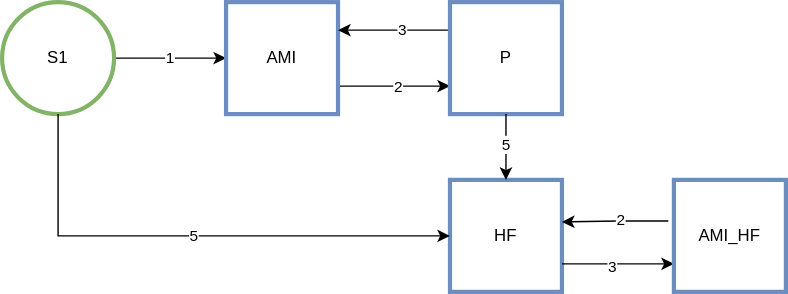
Before: docs/source/gbd2019_models/causes/ihd/cause_model_ami_and_hf.svg, a diagram exported from draw.io (ihmeuw/vivarium_research). Source tidied: cells renumbered, new cells last; positions are measured from the earlier drawing's top-left corner, leaving out a move shared by most shapes. Its diagram source:
```xml
<mxGraphModel>
  <root>
    <mxCell id="0" />
    <mxCell id="1" parent="0" />
    <mxCell id="2" value="1" style="edgeStyle=orthogonalEdgeStyle;rounded=0;jettySize=auto;html=1;exitX=1;exitY=0.5;exitDx=0;exitDy=0;entryX=0;entryY=0.5;entryDx=0;entryDy=0;" parent="1" edge="1" source="3" target="6">
      <mxGeometry relative="1" as="geometry" />
    </mxCell>
    <mxCell id="3" value="S1" style="ellipse;whiteSpace=wrap;html=1;strokeColor=#82b366;fillColor=none;strokeWidth=3;" parent="1" vertex="1">
      <mxGeometry width="80" height="80" as="geometry" />
    </mxCell>
    <mxCell id="4" style="edgeStyle=orthogonalEdgeStyle;rounded=0;jettySize=auto;html=1;exitX=1;exitY=0.75;exitDx=0;exitDy=0;entryX=0;entryY=0.75;entryDx=0;entryDy=0;" parent="1" edge="1" source="6" target="9">
      <mxGeometry relative="1" as="geometry" />
    </mxCell>
    <mxCell id="5" value="2" style="edgeLabel;html=1;align=center;verticalAlign=middle;" parent="4" vertex="1">
      <mxGeometry x="0.05" relative="1" as="geometry" />
    </mxCell>
    <mxCell id="6" value="AMI" style="whiteSpace=wrap;html=1;strokeColor=#6c8ebf;fillColor=none;strokeWidth=3;" parent="1" vertex="1">
      <mxGeometry x="160" width="80" height="80" as="geometry" />
    </mxCell>
    <mxCell id="7" style="edgeStyle=orthogonalEdgeStyle;rounded=0;jettySize=auto;html=1;exitX=0;exitY=0.25;exitDx=0;exitDy=0;entryX=1;entryY=0.25;entryDx=0;entryDy=0;" parent="1" edge="1" source="9" target="6">
      <mxGeometry relative="1" as="geometry" />
    </mxCell>
    <mxCell id="8" value="3" style="edgeLabel;html=1;align=center;verticalAlign=middle;" parent="7" vertex="1">
      <mxGeometry x="-0.12" y="-1" relative="1" as="geometry" />
    </mxCell>
    <mxCell id="9" value="&lt;div&gt;P&lt;/div&gt;" style="whiteSpace=wrap;html=1;strokeColor=#6c8ebf;fillColor=none;strokeWidth=3;" parent="1" vertex="1">
      <mxGeometry x="320" width="80" height="80" as="geometry" />
    </mxCell>
    <mxCell id="10" value="&lt;div&gt;HF&lt;/div&gt;" style="whiteSpace=wrap;html=1;strokeColor=#6c8ebf;fillColor=none;strokeWidth=3;" parent="1" vertex="1">
      <mxGeometry x="320" y="127" width="80" height="80" as="geometry" />
    </mxCell>
    <mxCell id="11" value="5" style="edgeStyle=orthogonalEdgeStyle;rounded=0;jettySize=auto;html=1;exitX=0.5;exitY=1;exitDx=0;exitDy=0;entryX=0;entryY=0.5;entryDx=0;entryDy=0;" parent="1" edge="1" source="3" target="10">
      <mxGeometry relative="1" as="geometry" />
    </mxCell>
    <mxCell id="12" style="edgeStyle=orthogonalEdgeStyle;rounded=0;jettySize=auto;html=1;exitX=1;exitY=0.75;exitDx=0;exitDy=0;entryX=0;entryY=0.75;entryDx=0;entryDy=0;" parent="1" edge="1" source="10" target="16">
      <mxGeometry relative="1" as="geometry" />
    </mxCell>
    <mxCell id="13" value="3" style="edgeLabel;html=1;align=center;verticalAlign=middle;" parent="12" vertex="1">
      <mxGeometry x="-0.12" y="-1" relative="1" as="geometry" />
    </mxCell>
    <mxCell id="14" style="edgeStyle=orthogonalEdgeStyle;rounded=0;jettySize=auto;html=1;exitX=-0.05;exitY=0.367;exitDx=0;exitDy=0;exitPerimeter=0;" parent="1" edge="1" source="16">
      <mxGeometry relative="1" as="geometry">
        <mxPoint x="400" y="157" as="targetPoint" />
      </mxGeometry>
    </mxCell>
    <mxCell id="15" value="2" style="edgeLabel;html=1;align=center;verticalAlign=middle;" parent="14" vertex="1">
      <mxGeometry x="-0.12" y="-1" relative="1" as="geometry" />
    </mxCell>
    <mxCell id="16" value="AMI_HF" style="whiteSpace=wrap;html=1;strokeColor=#6c8ebf;fillColor=none;strokeWidth=3;" parent="1" vertex="1">
      <mxGeometry x="480" y="127" width="80" height="80" as="geometry" />
    </mxCell>
    <mxCell id="17" style="edgeStyle=orthogonalEdgeStyle;rounded=0;jettySize=auto;html=1;exitX=0.5;exitY=1;exitDx=0;exitDy=0;entryX=0.5;entryY=0;entryDx=0;entryDy=0;" parent="1" edge="1" source="9" target="10">
      <mxGeometry relative="1" as="geometry" />
    </mxCell>
    <mxCell id="18" value="5" style="edgeLabel;html=1;align=center;verticalAlign=middle;" parent="17" vertex="1">
      <mxGeometry x="-0.12" y="-1" relative="1" as="geometry" />
    </mxCell>
  </root>
</mxGraphModel>
```
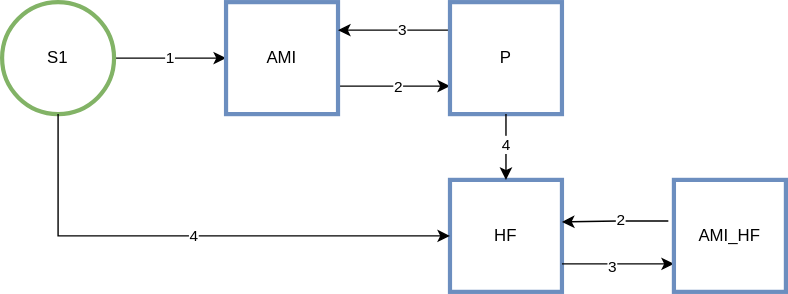
The same file after the commit.

Change to the diagram source:
```diff
@@ -29,7 +29,7 @@
     <mxCell id="10" value="&lt;div&gt;HF&lt;/div&gt;" style="whiteSpace=wrap;html=1;strokeColor=#6c8ebf;fillColor=none;strokeWidth=3;" parent="1" vertex="1">
       <mxGeometry x="320" y="127" width="80" height="80" as="geometry" />
     </mxCell>
-    <mxCell id="11" value="5" style="edgeStyle=orthogonalEdgeStyle;rounded=0;jettySize=auto;html=1;exitX=0.5;exitY=1;exitDx=0;exitDy=0;entryX=0;entryY=0.5;entryDx=0;entryDy=0;" parent="1" edge="1" source="3" target="10">
+    <mxCell id="11" value="4" style="edgeStyle=orthogonalEdgeStyle;rounded=0;jettySize=auto;html=1;exitX=0.5;exitY=1;exitDx=0;exitDy=0;entryX=0;entryY=0.5;entryDx=0;entryDy=0;" parent="1" edge="1" source="3" target="10">
       <mxGeometry relative="1" as="geometry" />
     </mxCell>
     <mxCell id="12" style="edgeStyle=orthogonalEdgeStyle;rounded=0;jettySize=auto;html=1;exitX=1;exitY=0.75;exitDx=0;exitDy=0;entryX=0;entryY=0.75;entryDx=0;entryDy=0;" parent="1" edge="1" source="10" target="16">
@@ -52,7 +52,7 @@
     <mxCell id="17" style="edgeStyle=orthogonalEdgeStyle;rounded=0;jettySize=auto;html=1;exitX=0.5;exitY=1;exitDx=0;exitDy=0;entryX=0.5;entryY=0;entryDx=0;entryDy=0;" parent="1" edge="1" source="9" target="10">
       <mxGeometry relative="1" as="geometry" />
     </mxCell>
-    <mxCell id="18" value="5" style="edgeLabel;html=1;align=center;verticalAlign=middle;" parent="17" vertex="1">
+    <mxCell id="18" value="4" style="edgeLabel;html=1;align=center;verticalAlign=middle;" parent="17" vertex="1">
       <mxGeometry x="-0.12" y="-1" relative="1" as="geometry" />
     </mxCell>
   </root>
```
